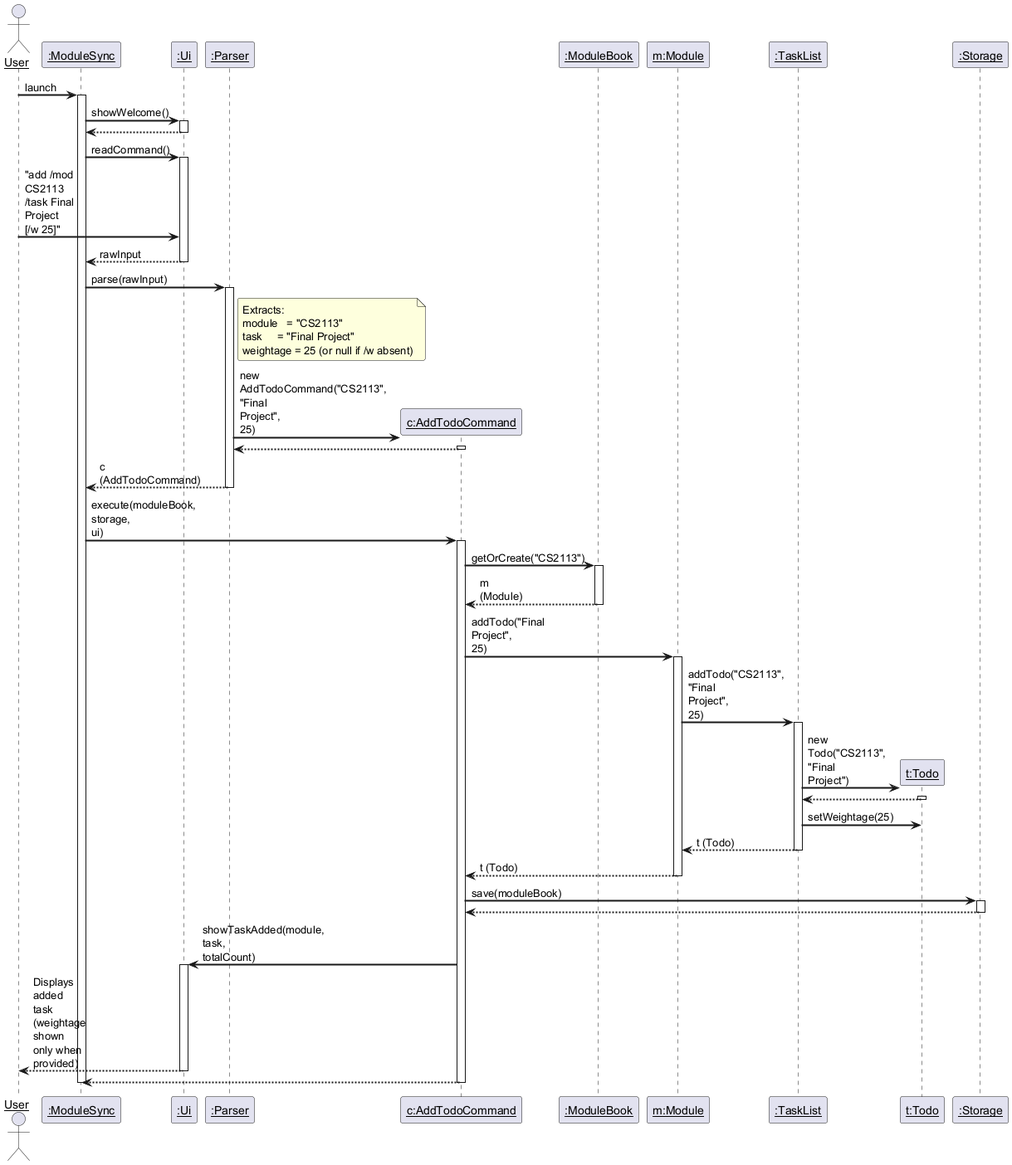
heeelol/tp keeps this PlantUML diagram as docs/images/AddWeightageSequenceDiagram.png. Above is the earlier version.
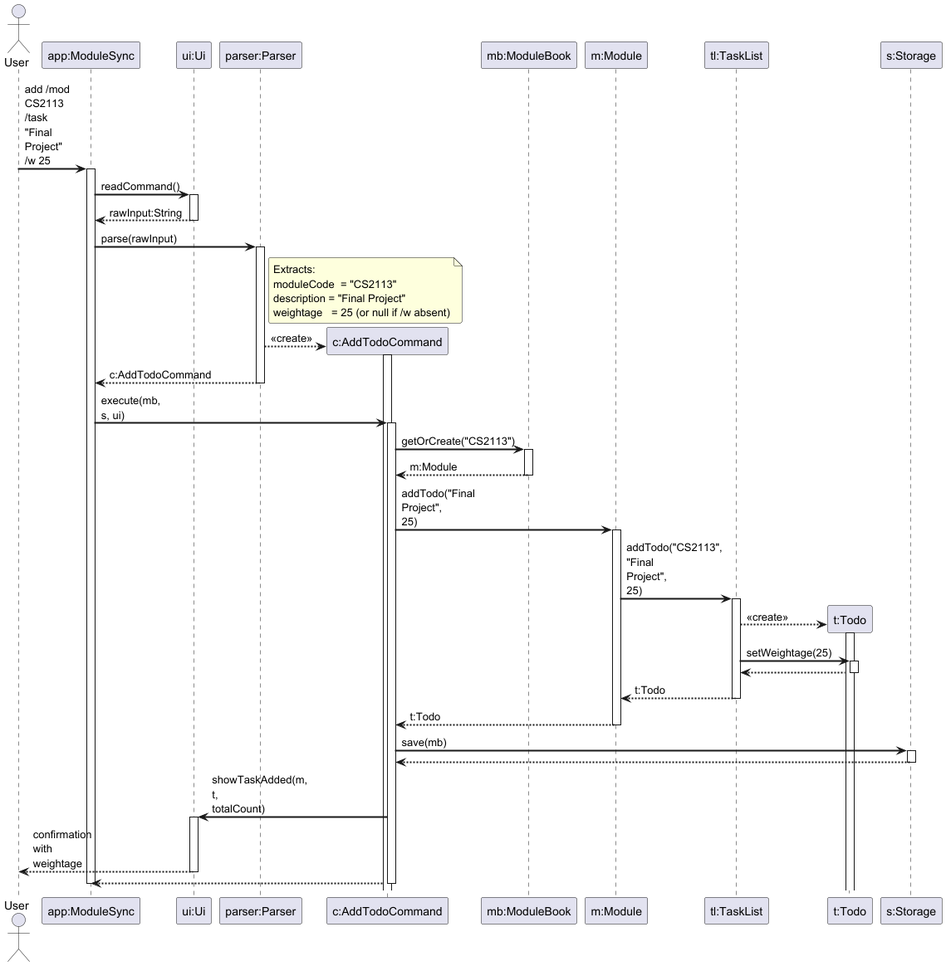
The same file after the commit.

Commit message:
Split design and implementation as per AB-3 DG guidelines, fix Sequence Diagrams as per comments, add overall architecture under design

The edit, as a diff of the source:
```diff
@@ -3,31 +3,24 @@
 skinparam sequenceArrowThickness 2
 skinparam roundcorner 5
 skinparam maxmessagesize 60
-skinparam sequenceParticipant underline
 
 Actor User as user
-Participant ":ModuleSync" as app
-Participant ":Ui" as ui
-Participant ":Parser" as parser
+Participant "app:ModuleSync" as app
+Participant "ui:Ui" as ui
+Participant "parser:Parser" as parser
 Participant "c:AddTodoCommand" as addCommand
-Participant ":ModuleBook" as moduleBook
+Participant "mb:ModuleBook" as moduleBook
 Participant "m:Module" as module
-Participant ":TaskList" as taskList
+Participant "tl:TaskList" as taskList
 Participant "t:Todo" as todo
-Participant ":Storage" as storage
+Participant "s:Storage" as storage
 
-user -> app : launch
+user -> app : add /mod CS2113 /task "Final Project" /w 25
 activate app
-
-app -> ui : showWelcome()
-activate ui
-ui --> app
-deactivate ui
 
 app -> ui : readCommand()
 activate ui
-user -> ui : "add /mod CS2113 /task Final Project [/w 25]"
-ui --> app : rawInput
+ui --> app : rawInput:String
 deactivate ui
 
 app -> parser : parse(rawInput)
@@ -35,26 +28,25 @@
 
 note right of parser
   Extracts:
-  module   = "CS2113"
-  task     = "Final Project"
-  weightage = 25 (or null if /w absent)
+  moduleCode  = "CS2113"
+  description = "Final Project"
+  weightage   = 25 (or null if /w absent)
 end note
 
 create addCommand
-parser -> addCommand : new AddTodoCommand("CS2113", "Final Project", 25)
+parser --> addCommand : <<create>>
 activate addCommand
-addCommand --> parser
 deactivate addCommand
 
-parser --> app : c (AddTodoCommand)
+parser --> app : c:AddTodoCommand
 deactivate parser
 
-app -> addCommand : execute(moduleBook, storage, ui)
+app -> addCommand : execute(mb, s, ui)
 activate addCommand
 
 addCommand -> moduleBook : getOrCreate("CS2113")
 activate moduleBook
-moduleBook --> addCommand : m (Module)
+moduleBook --> addCommand : m:Module
 deactivate moduleBook
 
 addCommand -> module : addTodo("Final Project", 25)
@@ -62,26 +54,31 @@
 
 module -> taskList : addTodo("CS2113", "Final Project", 25)
 activate taskList
+
 create todo
-taskList -> todo : new Todo("CS2113", "Final Project")
+taskList --> todo : <<create>>
+activate todo
+deactivate todo
+
+taskList -> todo : setWeightage(25)
 activate todo
 todo --> taskList
 deactivate todo
-taskList -> todo : setWeightage(25)
-taskList --> module : t (Todo)
+
+taskList --> module : t:Todo
 deactivate taskList
 
-module --> addCommand : t (Todo)
+module --> addCommand : t:Todo
 deactivate module
 
-addCommand -> storage : save(moduleBook)
+addCommand -> storage : save(mb)
 activate storage
 storage --> addCommand
 deactivate storage
 
-addCommand -> ui : showTaskAdded(module, task, totalCount)
+addCommand -> ui : showTaskAdded(m, t, totalCount)
 activate ui
-ui --> user : Displays added task (weightage shown only when provided)
+ui --> user : confirmation with weightage
 deactivate ui
 
 addCommand --> app
```
